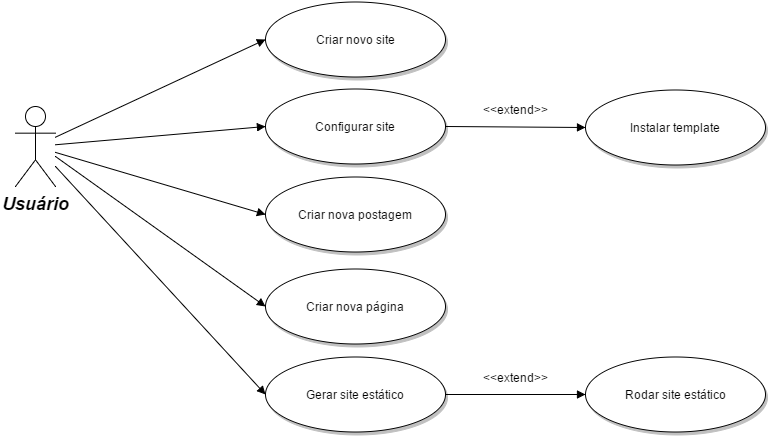
Before: diagramas/casos-de-uso.png, a diagram exported from draw.io (UltCombo/tcc-harmonic). Source tidied: cells renumbered, new cells last; positions are measured from the earlier drawing's top-left corner, leaving out a move shared by most shapes.
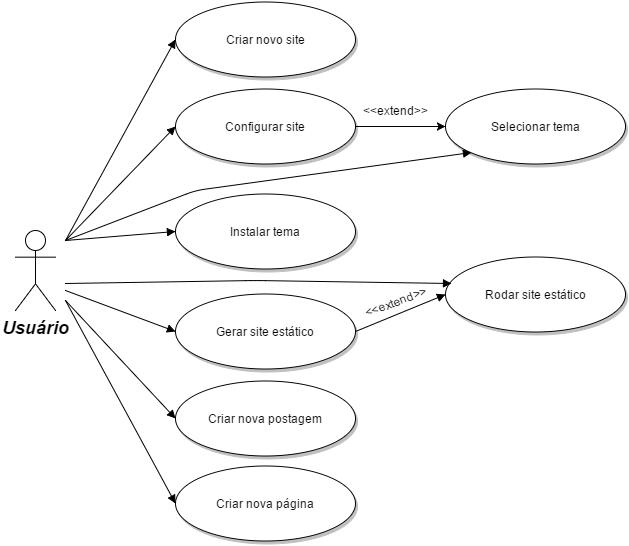
The same diagram one commit later.

Commit message:
Atualizado diagrama de casos de uso

Change to the diagram source:
```diff
@@ -6,60 +6,90 @@
       <mxGeometry y="105" width="40" height="80" as="geometry" />
     </mxCell>
     <mxCell id="3" value="Criar novo site" style="shape=mxgraph.flowchart.on-page_reference;fillColor=#FFFFFF;strokeColor=#000000;strokeWidth=1;shadow=1;gradientColor=none;html=1;" parent="1" vertex="1">
-      <mxGeometry x="250" width="180" height="75" as="geometry" />
+      <mxGeometry x="160" y="-124" width="180" height="75" as="geometry" />
     </mxCell>
+    <mxCell id="19" style="edgeStyle=orthogonalEdgeStyle;rounded=0;comic=0;html=1;exitX=1;exitY=0.5;exitPerimeter=0;entryX=0;entryY=0.5;entryPerimeter=0;shadow=0;jettySize=auto;" parent="1" edge="1" source="4" target="22">
+      <mxGeometry relative="1" as="geometry" />
+    </mxCell>
     <mxCell id="4" value="Configurar site" style="shape=mxgraph.flowchart.on-page_reference;fillColor=#FFFFFF;strokeColor=#000000;strokeWidth=1;shadow=1;gradientColor=none;html=1;" parent="1" vertex="1">
-      <mxGeometry x="250" y="87.5" width="180" height="75" as="geometry" />
+      <mxGeometry x="160" y="-36.5" width="180" height="75" as="geometry" />
     </mxCell>
     <mxCell id="5" value="Criar nova postagem" style="shape=mxgraph.flowchart.on-page_reference;fillColor=#FFFFFF;strokeColor=#000000;strokeWidth=1;shadow=1;gradientColor=none;html=1;" parent="1" vertex="1">
-      <mxGeometry x="250" y="175" width="180" height="75" as="geometry" />
+      <mxGeometry x="160" y="255" width="180" height="75" as="geometry" />
     </mxCell>
     <mxCell id="6" value="Criar nova página" style="shape=mxgraph.flowchart.on-page_reference;fillColor=#FFFFFF;strokeColor=#000000;strokeWidth=1;shadow=1;gradientColor=none;html=1;" parent="1" vertex="1">
-      <mxGeometry x="250" y="267.5" width="180" height="75" as="geometry" />
+      <mxGeometry x="160" y="340.5" width="180" height="75" as="geometry" />
     </mxCell>
     <mxCell id="7" value="Gerar site estático" style="shape=mxgraph.flowchart.on-page_reference;fillColor=#FFFFFF;strokeColor=#000000;strokeWidth=1;shadow=1;gradientColor=none;html=1;" parent="1" vertex="1">
-      <mxGeometry x="250" y="355" width="180" height="75" as="geometry" />
+      <mxGeometry x="160" y="168" width="180" height="75" as="geometry" />
     </mxCell>
     <mxCell id="8" value="Rodar site estático" style="shape=mxgraph.flowchart.on-page_reference;fillColor=#FFFFFF;strokeColor=#000000;strokeWidth=1;shadow=1;gradientColor=none;html=1;" parent="1" vertex="1">
-      <mxGeometry x="570" y="355" width="180" height="75" as="geometry" />
+      <mxGeometry x="430" y="131" width="180" height="75" as="geometry" />
     </mxCell>
-    <mxCell id="9" style="edgeStyle=none;entryX=0;entryY=0.5;entryPerimeter=0;strokeWidth=1;endArrow=block;endFill=1;strokeColor=#000000;html=1;" parent="1" edge="1" source="2" target="3">
-      <mxGeometry as="geometry" />
+    <mxCell id="9" style="edgeStyle=none;entryX=0;entryY=0.5;entryPerimeter=0;strokeWidth=1;endArrow=block;endFill=1;strokeColor=#000000;html=1;" parent="1" edge="1" target="3">
+      <mxGeometry as="geometry">
+        <mxPoint x="50" y="115" as="sourcePoint" />
+      </mxGeometry>
     </mxCell>
-    <mxCell id="10" style="edgeStyle=none;entryX=0;entryY=0.5;entryPerimeter=0;strokeWidth=1;endArrow=block;endFill=1;strokeColor=#000000;html=1;" parent="1" edge="1" source="2" target="4">
-      <mxGeometry as="geometry" />
+    <mxCell id="10" style="edgeStyle=none;entryX=0;entryY=0.5;entryPerimeter=0;strokeWidth=1;endArrow=block;endFill=1;strokeColor=#000000;html=1;" parent="1" edge="1" target="4">
+      <mxGeometry as="geometry">
+        <mxPoint x="50" y="115" as="sourcePoint" />
+      </mxGeometry>
     </mxCell>
-    <mxCell id="11" style="edgeStyle=none;entryX=0;entryY=0.5;entryPerimeter=0;strokeWidth=1;endArrow=block;endFill=1;strokeColor=#000000;html=1;" parent="1" edge="1" source="2" target="5">
-      <mxGeometry as="geometry" />
+    <mxCell id="11" style="edgeStyle=none;entryX=0;entryY=0.5;entryPerimeter=0;strokeWidth=1;endArrow=block;endFill=1;strokeColor=#000000;html=1;" parent="1" edge="1" target="5">
+      <mxGeometry as="geometry">
+        <mxPoint x="50" y="175" as="sourcePoint" />
+      </mxGeometry>
     </mxCell>
     <mxCell id="12" style="edgeStyle=none;entryX=0;entryY=0.5;entryPerimeter=0;strokeWidth=1;endArrow=block;endFill=1;strokeColor=#000000;html=1;" parent="1" edge="1" target="6">
       <mxGeometry as="geometry">
-        <mxPoint x="40" y="155" as="sourcePoint" />
+        <mxPoint x="50" y="175" as="sourcePoint" />
       </mxGeometry>
     </mxCell>
     <mxCell id="13" style="edgeStyle=none;entryX=0;entryY=0.5;entryPerimeter=0;strokeWidth=1;endArrow=block;endFill=1;strokeColor=#000000;html=1;" parent="1" edge="1" target="7">
       <mxGeometry as="geometry">
-        <mxPoint x="40" y="165" as="sourcePoint" />
+        <mxPoint x="50" y="165" as="sourcePoint" />
       </mxGeometry>
     </mxCell>
     <mxCell id="14" style="edgeStyle=none;entryX=0;entryY=0.5;entryPerimeter=0;strokeWidth=1;endArrow=block;endFill=1;strokeColor=#000000;html=1;exitX=1;exitY=0.5;exitPerimeter=0;" parent="1" edge="1" source="7" target="8">
-      <mxGeometry as="geometry" />
+      <mxGeometry y="-1" as="geometry" />
     </mxCell>
-    <mxCell id="15" value="&amp;lt;&amp;lt;extend&amp;gt;&amp;gt;" style="text;html=1;align=center;verticalAlign=middle;labelBackgroundColor=#ffffff;" parent="14" vertex="1">
+    <mxCell id="15" value="&amp;lt;&amp;lt;extend&amp;gt;&amp;gt;" style="text;html=1;align=center;verticalAlign=middle;labelBackgroundColor=#ffffff;rotation=-21;" parent="14" vertex="1">
       <mxGeometry relative="1" as="geometry">
-        <mxPoint y="-18" as="offset" />
+        <mxPoint x="-5" y="-12" as="offset" />
       </mxGeometry>
     </mxCell>
-    <mxCell id="16" value="Instalar template" style="shape=mxgraph.flowchart.on-page_reference;fillColor=#FFFFFF;strokeColor=#000000;strokeWidth=1;shadow=1;gradientColor=none;html=1;" parent="1" vertex="1">
-      <mxGeometry x="570" y="88" width="180" height="75" as="geometry" />
+    <mxCell id="16" value="Instalar tema" style="shape=mxgraph.flowchart.on-page_reference;fillColor=#FFFFFF;strokeColor=#000000;strokeWidth=1;shadow=1;gradientColor=none;html=1;" parent="1" vertex="1">
+      <mxGeometry x="160" y="68" width="180" height="75" as="geometry" />
     </mxCell>
-    <mxCell id="17" style="edgeStyle=none;entryX=0;entryY=0.5;entryPerimeter=0;strokeWidth=1;endArrow=block;endFill=1;strokeColor=#000000;html=1;exitX=1;exitY=0.5;exitPerimeter=0;" parent="1" edge="1" source="4" target="16">
-      <mxGeometry y="-267" as="geometry" />
-    </mxCell>
+    <mxCell id="20" style="edgeStyle=none;entryX=0.145;entryY=0.855;entryPerimeter=0;strokeWidth=1;endArrow=block;endFill=1;strokeColor=#000000;html=1;" parent="1" edge="1" target="22">
+      <mxGeometry x="20" y="39" as="geometry">
+        <mxPoint x="50" y="115" as="sourcePoint" />
+        <Array as="points">
+          <mxPoint x="180" y="65" />
+        </Array>
+      </mxGeometry>
+    </mxCell>
+    <mxCell id="21" style="edgeStyle=none;entryX=0.033;entryY=0.36;entryPerimeter=0;strokeWidth=1;endArrow=block;endFill=1;strokeColor=#000000;html=1;" parent="1" edge="1" target="8">
+      <mxGeometry x="70" y="53" as="geometry">
+        <mxPoint x="50" y="158" as="sourcePoint" />
+        <Array as="points">
+          <mxPoint x="240" y="155" />
+        </Array>
+      </mxGeometry>
+    </mxCell>
+    <mxCell id="22" value="Selecionar tema" style="shape=mxgraph.flowchart.on-page_reference;fillColor=#FFFFFF;strokeColor=#000000;strokeWidth=1;shadow=1;gradientColor=none;html=1;" parent="1" vertex="1">
+      <mxGeometry x="430" y="-37" width="180" height="75" as="geometry" />
+    </mxCell>
-    <mxCell id="18" value="&amp;lt;&amp;lt;extend&amp;gt;&amp;gt;" style="text;html=1;align=center;verticalAlign=middle;labelBackgroundColor=#ffffff;" parent="17" vertex="1">
-      <mxGeometry relative="1" as="geometry">
+    <mxCell id="18" value="&amp;lt;&amp;lt;extend&amp;gt;&amp;gt;" style="text;html=1;align=center;verticalAlign=middle;labelBackgroundColor=#ffffff;" parent="1" vertex="1">
+      <mxGeometry x="380" y="2.5" as="geometry">
         <mxPoint y="-18" as="offset" />
       </mxGeometry>
     </mxCell>
+    <mxCell id="23" style="edgeStyle=none;entryX=0;entryY=0.5;entryPerimeter=0;strokeWidth=1;endArrow=block;endFill=1;strokeColor=#000000;html=1;" parent="1" edge="1" target="16">
+      <mxGeometry x="10" y="10" as="geometry">
+        <mxPoint x="50" y="115" as="sourcePoint" />
+      </mxGeometry>
+    </mxCell>
   </root>
 </mxGraphModel>
```
